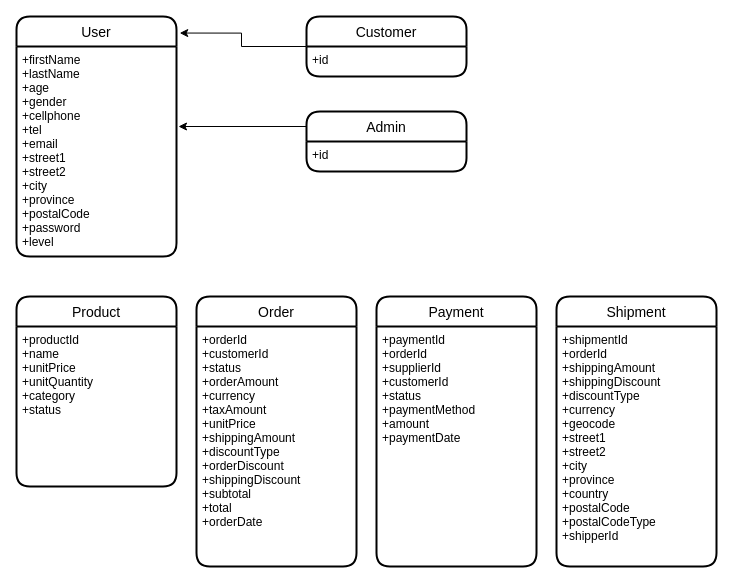
Earlier version of the draw.io diagram page "ERD" (2 of 2) of E-Commerce-Business-Model-Canvas.drawio (ijzone/E-Commerce-Architecture). Source tidied: cells renumbered, new cells numbered last; positions are measured from the earlier drawing's top-left corner, leaving out a move shared by most shapes. Both pictures are drawn from the tidied source at 100%, with x=0, y=0 at pixel (16, 16).
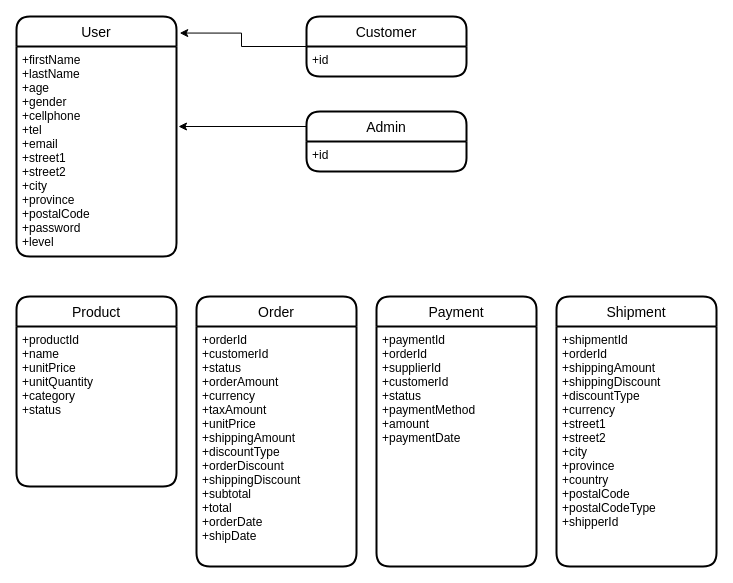
Above is the later version.

Commit message:
Add shipDate field in Order entity

Diff of the diagram source:
```diff
@@
 <mxGraphModel>
   <root>
     <mxCell id="0" />
     <mxCell id="1" parent="0" />
     <mxCell id="2" value="User" style="swimlane;horizontal=1;startSize=30;rounded=1;fontSize=14;fontStyle=0;strokeWidth=2;shadow=0;dashed=0;align=center;" parent="1" vertex="1">
       <mxGeometry width="160" height="240" as="geometry" />
     </mxCell>
     <mxCell id="3" value="+firstName&#10;+lastName&#10;+age&#10;+gender&#10;+cellphone&#10;+tel&#10;+email&#10;+street1&#10;+street2&#10;+city&#10;+province&#10;+postalCode&#10;+password&#10;+level" style="align=left;strokeColor=none;fillColor=none;spacingLeft=4;fontSize=12;verticalAlign=top;" parent="2" vertex="1">
       <mxGeometry y="30" width="160" height="210" as="geometry" />
     </mxCell>
     <mxCell id="4" style="edgeStyle=orthogonalEdgeStyle;rounded=0;jettySize=auto;html=1;exitX=0;exitY=0.5;exitDx=0;exitDy=0;entryX=1.02;entryY=0.069;entryDx=0;entryDy=0;entryPerimeter=0;" parent="1" edge="1" source="5" target="2">
       <mxGeometry relative="1" as="geometry" />
     </mxCell>
     <mxCell id="5" value="Customer" style="swimlane;horizontal=1;startSize=30;rounded=1;fontSize=14;fontStyle=0;strokeWidth=2;shadow=0;dashed=0;align=center;" parent="1" vertex="1">
       <mxGeometry x="290" width="160" height="60" as="geometry" />
     </mxCell>
     <mxCell id="6" value="+id" style="align=left;strokeColor=none;fillColor=none;spacingLeft=4;fontSize=12;verticalAlign=top;" parent="5" vertex="1">
       <mxGeometry y="30" width="160" height="30" as="geometry" />
     </mxCell>
     <mxCell id="7" style="edgeStyle=orthogonalEdgeStyle;rounded=0;jettySize=auto;html=1;exitX=0;exitY=0.25;exitDx=0;exitDy=0;" parent="1" edge="1" source="8">
       <mxGeometry relative="1" as="geometry">
         <mxPoint x="162" y="110" as="targetPoint" />
       </mxGeometry>
     </mxCell>
     <mxCell id="8" value="Admin" style="swimlane;horizontal=1;startSize=30;rounded=1;fontSize=14;fontStyle=0;strokeWidth=2;shadow=0;dashed=0;align=center;" parent="1" vertex="1">
       <mxGeometry x="290" y="95" width="160" height="60" as="geometry" />
     </mxCell>
     <mxCell id="9" value="+id" style="align=left;strokeColor=none;fillColor=none;spacingLeft=4;fontSize=12;verticalAlign=top;" parent="8" vertex="1">
       <mxGeometry y="30" width="160" height="30" as="geometry" />
     </mxCell>
     <mxCell id="10" value="Product" style="swimlane;horizontal=1;startSize=30;rounded=1;fontSize=14;fontStyle=0;strokeWidth=2;shadow=0;dashed=0;align=center;" parent="1" vertex="1">
       <mxGeometry y="280" width="160" height="190" as="geometry" />
     </mxCell>
     <mxCell id="11" value="+productId&#10;+name&#10;+unitPrice&#10;+unitQuantity&#10;+category&#10;+status" style="align=left;strokeColor=none;fillColor=none;spacingLeft=4;fontSize=12;verticalAlign=top;" parent="10" vertex="1">
       <mxGeometry y="30" width="160" height="160" as="geometry" />
     </mxCell>
     <mxCell id="12" value="Payment" style="swimlane;horizontal=1;startSize=30;rounded=1;fontSize=14;fontStyle=0;strokeWidth=2;shadow=0;dashed=0;align=center;" parent="1" vertex="1">
       <mxGeometry x="360" y="280" width="160" height="270" as="geometry" />
     </mxCell>
     <mxCell id="13" value="+paymentId&#10;+orderId&#10;+supplierId&#10;+customerId&#10;+status&#10;+paymentMethod&#10;+amount&#10;+paymentDate" style="align=left;strokeColor=none;fillColor=none;spacingLeft=4;fontSize=12;verticalAlign=top;" parent="12" vertex="1">
       <mxGeometry y="30" width="160" height="240" as="geometry" />
     </mxCell>
     <mxCell id="14" value="Order" style="swimlane;horizontal=1;startSize=30;rounded=1;fontSize=14;fontStyle=0;strokeWidth=2;shadow=0;dashed=0;align=center;" parent="1" vertex="1">
       <mxGeometry x="180" y="280" width="160" height="270" as="geometry" />
     </mxCell>
-    <mxCell id="15" value="+orderId&#10;+customerId&#10;+status&#10;+orderAmount&#10;+currency&#10;+taxAmount&#10;+unitPrice&#10;+shippingAmount&#10;+discountType&#10;+orderDiscount&#10;+shippingDiscount&#10;+subtotal&#10;+total&#10;+orderDate&#10;" style="align=left;strokeColor=none;fillColor=none;spacingLeft=4;fontSize=12;verticalAlign=top;" parent="14" vertex="1">
+    <mxCell id="15" value="+orderId&#10;+customerId&#10;+status&#10;+orderAmount&#10;+currency&#10;+taxAmount&#10;+unitPrice&#10;+shippingAmount&#10;+discountType&#10;+orderDiscount&#10;+shippingDiscount&#10;+subtotal&#10;+total&#10;+orderDate&#10;+shipDate" style="align=left;strokeColor=none;fillColor=none;spacingLeft=4;fontSize=12;verticalAlign=top;" parent="14" vertex="1">
       <mxGeometry y="30" width="160" height="240" as="geometry" />
     </mxCell>
     <mxCell id="16" value="Shipment" style="swimlane;horizontal=1;startSize=30;rounded=1;fontSize=14;fontStyle=0;strokeWidth=2;shadow=0;dashed=0;align=center;" parent="1" vertex="1">
       <mxGeometry x="540" y="280" width="160" height="270" as="geometry" />
     </mxCell>
-    <mxCell id="17" value="+shipmentId&#10;+orderId&#10;+shippingAmount&#10;+shippingDiscount&#10;+discountType&#10;+currency&#10;+geocode&#10;+street1&#10;+street2&#10;+city&#10;+province&#10;+country&#10;+postalCode&#10;+postalCodeType&#10;+shipperId" style="align=left;strokeColor=none;fillColor=none;spacingLeft=4;fontSize=12;verticalAlign=top;" parent="16" vertex="1">
+    <mxCell id="17" value="+shipmentId&#10;+orderId&#10;+shippingAmount&#10;+shippingDiscount&#10;+discountType&#10;+currency&#10;+street1&#10;+street2&#10;+city&#10;+province&#10;+country&#10;+postalCode&#10;+postalCodeType&#10;+shipperId" style="align=left;strokeColor=none;fillColor=none;spacingLeft=4;fontSize=12;verticalAlign=top;" parent="16" vertex="1">
       <mxGeometry y="30" width="160" height="240" as="geometry" />
     </mxCell>
   </root>
 </mxGraphModel>
```
